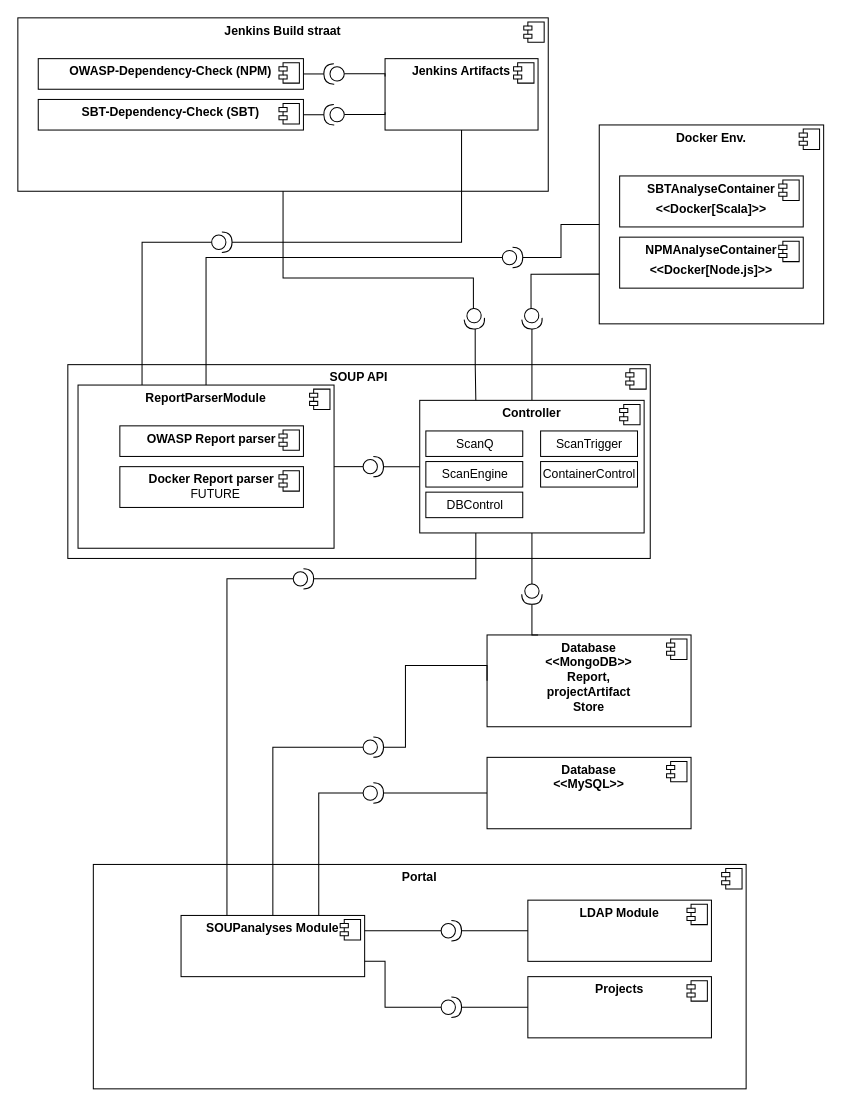
The draw.io diagram page "componentsArchitecture" (18 of 22) of gfx/verslag graphix.drawio in codefink2020/afstudeerverslag, before the edit. Source tidied: cells renumbered, new cells numbered last; positions are measured from the earlier drawing's top-left corner, leaving out a move shared by most shapes. Both pictures are drawn from the tidied source at 102%, with x=0, y=0 at pixel (17, 17).
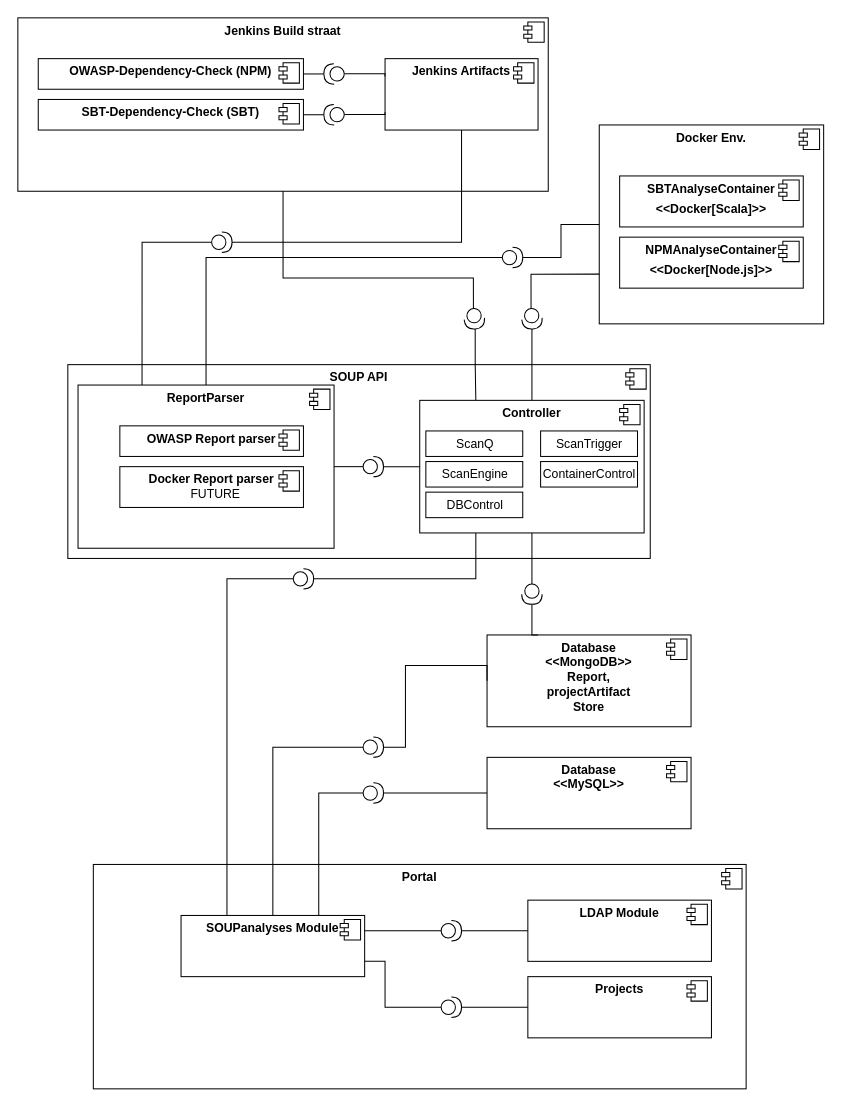
The same page after the edit.

What changed in the source:
```diff
@@
-    <mxCell id="25" value="&lt;p style=&quot;margin: 0px ; margin-top: 6px ; text-align: center&quot;&gt;&lt;b&gt;ReportParserModule&lt;/b&gt;&lt;/p&gt;" style="align=left;overflow=fill;html=1;" parent="1" vertex="1">
+    <mxCell id="25" value="&lt;p style=&quot;margin: 0px ; margin-top: 6px ; text-align: center&quot;&gt;&lt;b&gt;ReportParser&lt;/b&gt;&lt;/p&gt;" style="align=left;overflow=fill;html=1;" parent="1" vertex="1">
       <mxGeometry x="59" y="360" width="251" height="160" as="geometry" />
     </mxCell>
```
